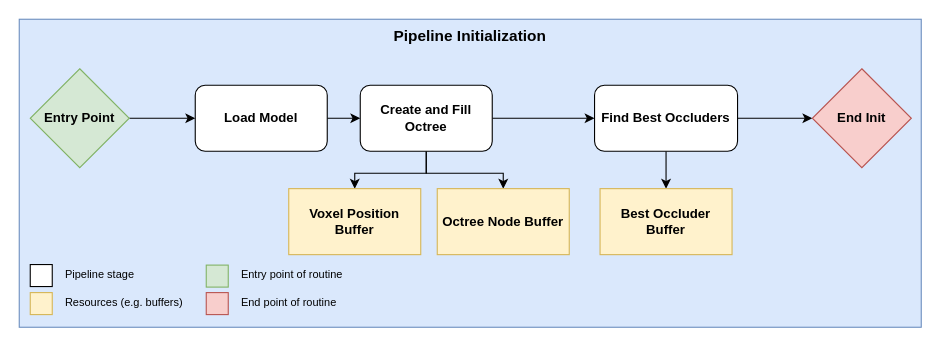
This is page "Pipeline Init" (1 of 5) of Thesis/images/graphics/MA_Rendering_Pipeline.drawio from FreddyOm/MScThesis, a draw.io file, before an edit. Source tidied: cells renumbered, new cells numbered last; positions are measured from the earlier drawing's top-left corner, leaving out a move shared by most shapes. Both pictures are drawn from the tidied source at 110%, with x=0, y=0 at pixel (19, 19).
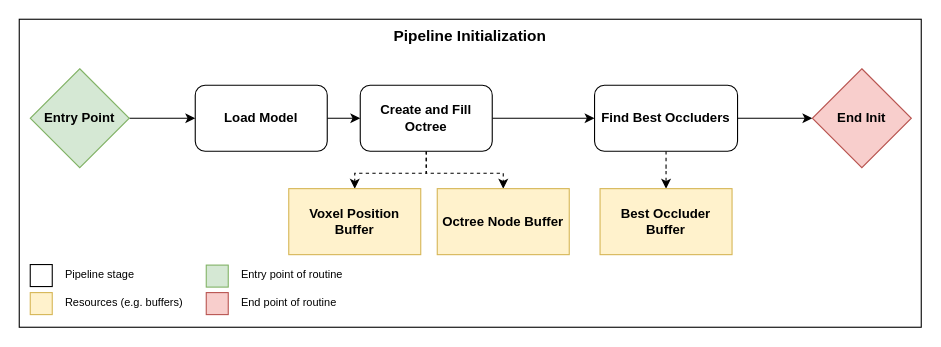
The same diagram, later.

The change refers to these unchanged cells:
```xml
<mxCell id="6" value="&lt;b&gt;&lt;font face=&quot;Lexend&quot;&gt;Create and Fill Octree&lt;/font&gt;&lt;/b&gt;" style="rounded=1;whiteSpace=wrap;html=1;" parent="1" vertex="1">
  <mxGeometry x="310" y="60" width="120" height="60" as="geometry" />
</mxCell>
<mxCell id="11" value="&lt;b&gt;&lt;font face=&quot;Lexend&quot;&gt;Find Best Occluders&lt;/font&gt;&lt;/b&gt;" style="rounded=1;whiteSpace=wrap;html=1;" parent="1" vertex="1">
  <mxGeometry x="523" y="60" width="130" height="60" as="geometry" />
</mxCell>
<mxCell id="12" value="&lt;font face=&quot;Lexend&quot;&gt;&lt;b&gt;Best Occluder Buffer&lt;/b&gt;&lt;/font&gt;" style="rounded=0;whiteSpace=wrap;html=1;fillColor=#fff2cc;strokeColor=#d6b656;" parent="1" vertex="1">
  <mxGeometry x="528" y="154" width="120" height="60" as="geometry" />
</mxCell>
<mxCell id="13" value="&lt;font face=&quot;Lexend&quot;&gt;&lt;b&gt;Voxel Position Buffer&lt;/b&gt;&lt;/font&gt;" style="rounded=0;whiteSpace=wrap;html=1;fillColor=#fff2cc;strokeColor=#d6b656;" parent="1" vertex="1">
  <mxGeometry x="245" y="154" width="120" height="60" as="geometry" />
</mxCell>
<mxCell id="14" value="&lt;font face=&quot;Lexend&quot;&gt;&lt;b&gt;Octree Node Buffer&lt;/b&gt;&lt;/font&gt;" style="rounded=0;whiteSpace=wrap;html=1;fillColor=#fff2cc;strokeColor=#d6b656;" parent="1" vertex="1">
  <mxGeometry x="380" y="154" width="120" height="60" as="geometry" />
</mxCell>
```

Diff of the diagram source:
```diff
@@
-    <mxCell id="2" value="&lt;b&gt;&lt;font style=&quot;font-size: 14px;&quot; face=&quot;Lexend&quot;&gt;Pipeline Initialization&lt;/font&gt;&lt;/b&gt;" style="rounded=0;whiteSpace=wrap;html=1;fillColor=#dae8fc;strokeColor=#6c8ebf;verticalAlign=top;" parent="1" vertex="1">
+    <mxCell id="2" value="&lt;b&gt;&lt;font style=&quot;font-size: 14px;&quot; face=&quot;Lexend&quot;&gt;Pipeline Initialization&lt;/font&gt;&lt;/b&gt;" style="rounded=0;whiteSpace=wrap;html=1;verticalAlign=top;" parent="1" vertex="1">
       <mxGeometry width="820" height="280" as="geometry" />
     </mxCell>
@@
-    <mxCell id="4" style="edgeStyle=orthogonalEdgeStyle;rounded=0;jettySize=auto;html=1;" parent="1" edge="1" source="6" target="13">
+    <mxCell id="4" style="edgeStyle=orthogonalEdgeStyle;rounded=0;jettySize=auto;html=1;dashed=1;" parent="1" edge="1" source="6" target="13">
       <mxGeometry relative="1" as="geometry" />
     </mxCell>
-    <mxCell id="5" style="edgeStyle=orthogonalEdgeStyle;rounded=0;jettySize=auto;html=1;entryX=0.5;entryY=0;entryDx=0;entryDy=0;" parent="1" edge="1" source="6" target="14">
+    <mxCell id="5" style="edgeStyle=orthogonalEdgeStyle;rounded=0;jettySize=auto;html=1;entryX=0.5;entryY=0;entryDx=0;entryDy=0;dashed=1;" parent="1" edge="1" source="6" target="14">
       <mxGeometry relative="1" as="geometry" />
     </mxCell>
@@
-    <mxCell id="9" style="edgeStyle=orthogonalEdgeStyle;rounded=0;jettySize=auto;html=1;entryX=0.5;entryY=0;entryDx=0;entryDy=0;" parent="1" edge="1" source="11" target="12">
+    <mxCell id="9" style="edgeStyle=orthogonalEdgeStyle;rounded=0;jettySize=auto;html=1;entryX=0.5;entryY=0;entryDx=0;entryDy=0;dashed=1;" parent="1" edge="1" source="11" target="12">
       <mxGeometry relative="1" as="geometry" />
     </mxCell>
```
